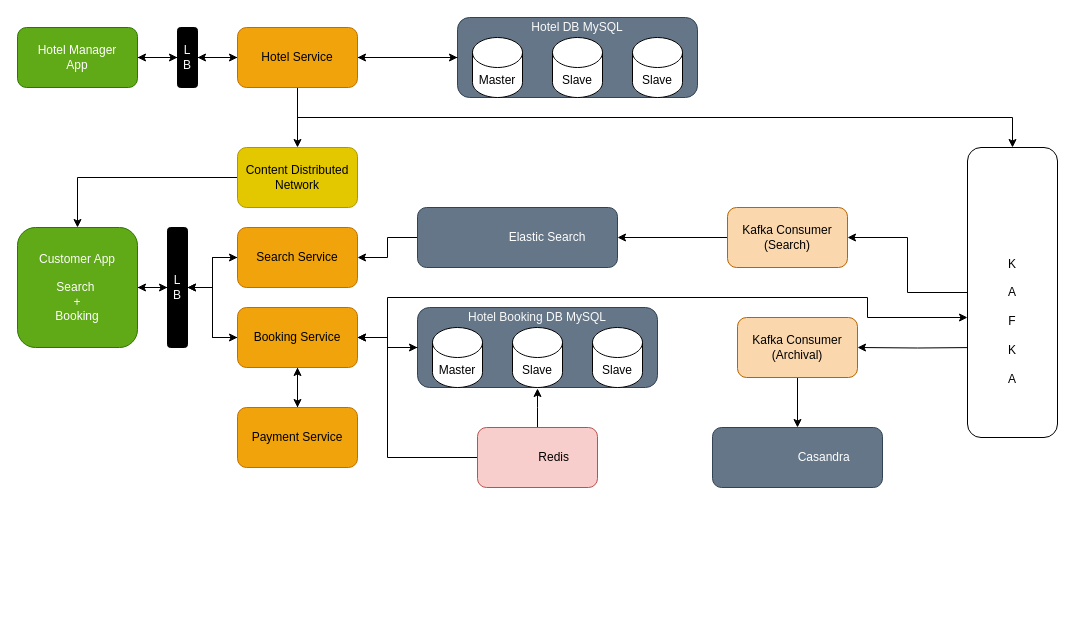
The draw.io diagram Hotel Booking System.drawio in purnendukar/MySystemDesigns, before the edit. Source tidied: cells renumbered, new cells numbered last; positions are measured from the earlier drawing's top-left corner, leaving out a move shared by most shapes. Both pictures are drawn from the tidied source at 100%, with x=0, y=0 at pixel (17, 17).
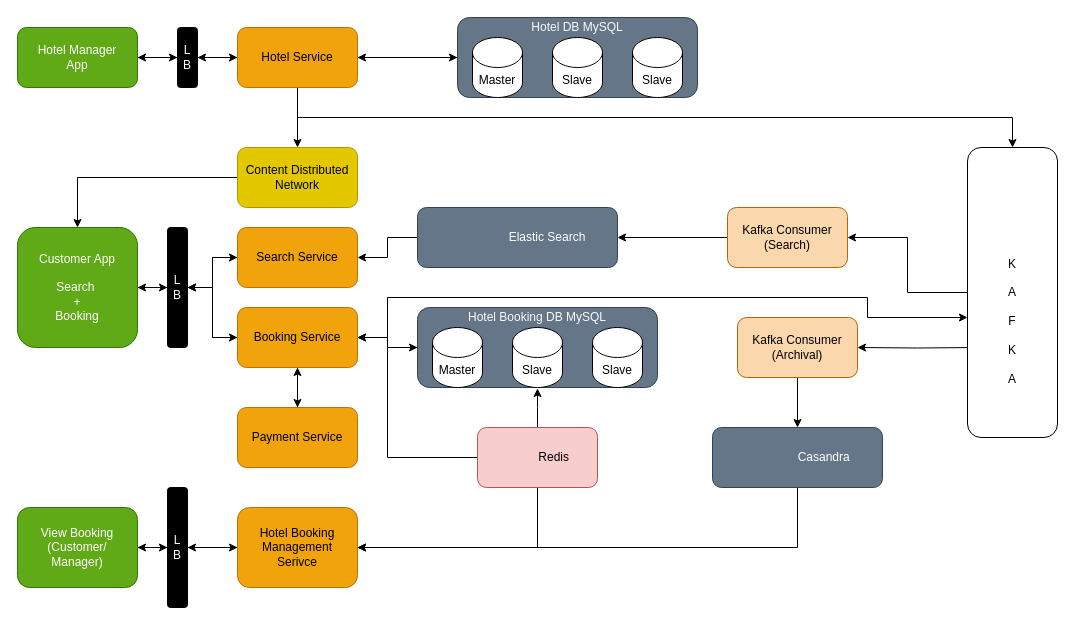
The same diagram, later.

Commit message:
View booking flow added

The change refers to these unchanged cells:
```xml
<mxCell id="54" value="&amp;nbsp; &amp;nbsp; &amp;nbsp; &amp;nbsp; &amp;nbsp; Redis" style="rounded=1;whiteSpace=wrap;html=1;fillColor=#f8cecc;strokeColor=#b85450;" parent="1" vertex="1">
  <mxGeometry x="460" y="410" width="120" height="60" as="geometry" />
</mxCell>
<mxCell id="55" value="&amp;nbsp; &amp;nbsp; &amp;nbsp; &amp;nbsp; &amp;nbsp; &amp;nbsp; &amp;nbsp; &amp;nbsp; Casandra" style="rounded=1;whiteSpace=wrap;html=1;fontColor=#ffffff;fillColor=#647687;strokeColor=#314354;" parent="1" vertex="1">
  <mxGeometry x="695" y="410" width="170" height="60" as="geometry" />
</mxCell>
```

What changed in the source:
```diff
@@
+    <mxCell id="56" style="edgeStyle=orthogonalEdgeStyle;rounded=0;jettySize=auto;html=1;entryX=1;entryY=0.5;entryDx=0;entryDy=0;fontColor=#F2F2F2;" parent="1" edge="1" source="54" target="64">
+      <mxGeometry relative="1" as="geometry">
+        <Array as="points">
+          <mxPoint x="520" y="530" />
+        </Array>
+      </mxGeometry>
+    </mxCell>
@@
+    <mxCell id="57" style="edgeStyle=orthogonalEdgeStyle;rounded=0;jettySize=auto;html=1;entryX=1;entryY=0.5;entryDx=0;entryDy=0;fontColor=#F2F2F2;startArrow=none;" parent="1" edge="1" source="64" target="63">
+      <mxGeometry relative="1" as="geometry" />
+    </mxCell>
+    <mxCell id="58" style="edgeStyle=orthogonalEdgeStyle;rounded=0;jettySize=auto;html=1;entryX=1;entryY=0.5;entryDx=0;entryDy=0;fontColor=#F2F2F2;" parent="1" edge="1" source="55" target="64">
+      <mxGeometry relative="1" as="geometry">
+        <Array as="points">
+          <mxPoint x="780" y="530" />
+        </Array>
+      </mxGeometry>
+    </mxCell>
@@
+    <mxCell id="59" style="edgeStyle=orthogonalEdgeStyle;rounded=0;jettySize=auto;html=1;entryX=0;entryY=0.5;entryDx=0;entryDy=0;fontColor=#F2F2F2;" parent="1" edge="1" source="60" target="63">
+      <mxGeometry relative="1" as="geometry" />
+    </mxCell>
+    <mxCell id="60" value="View Booking&lt;br&gt;(Customer/&lt;br&gt;Manager)" style="rounded=1;whiteSpace=wrap;html=1;fillColor=#60a917;strokeColor=#2D7600;fontColor=#ffffff;" parent="1" vertex="1">
+      <mxGeometry y="490" width="120" height="80" as="geometry" />
+    </mxCell>
+    <mxCell id="61" style="edgeStyle=orthogonalEdgeStyle;rounded=0;jettySize=auto;html=1;entryX=1;entryY=0.5;entryDx=0;entryDy=0;fontColor=#F2F2F2;" parent="1" edge="1" source="63" target="60">
+      <mxGeometry relative="1" as="geometry" />
+    </mxCell>
+    <mxCell id="62" style="edgeStyle=orthogonalEdgeStyle;rounded=0;jettySize=auto;html=1;entryX=0;entryY=0.5;entryDx=0;entryDy=0;fontColor=#F2F2F2;" parent="1" edge="1" source="63" target="64">
+      <mxGeometry relative="1" as="geometry" />
+    </mxCell>
+    <mxCell id="63" value="L&lt;br&gt;B" style="rounded=1;whiteSpace=wrap;html=1;fillColor=#000000;fontColor=#FAFAFA;" parent="1" vertex="1">
+      <mxGeometry x="150" y="470" width="20" height="120" as="geometry" />
+    </mxCell>
+    <mxCell id="64" value="Hotel Booking Management &lt;br&gt;Serivce" style="rounded=1;whiteSpace=wrap;html=1;fillColor=#f0a30a;strokeColor=#BD7000;fontColor=#000000;" parent="1" vertex="1">
+      <mxGeometry x="220" y="490" width="120" height="80" as="geometry" />
+    </mxCell>
```
